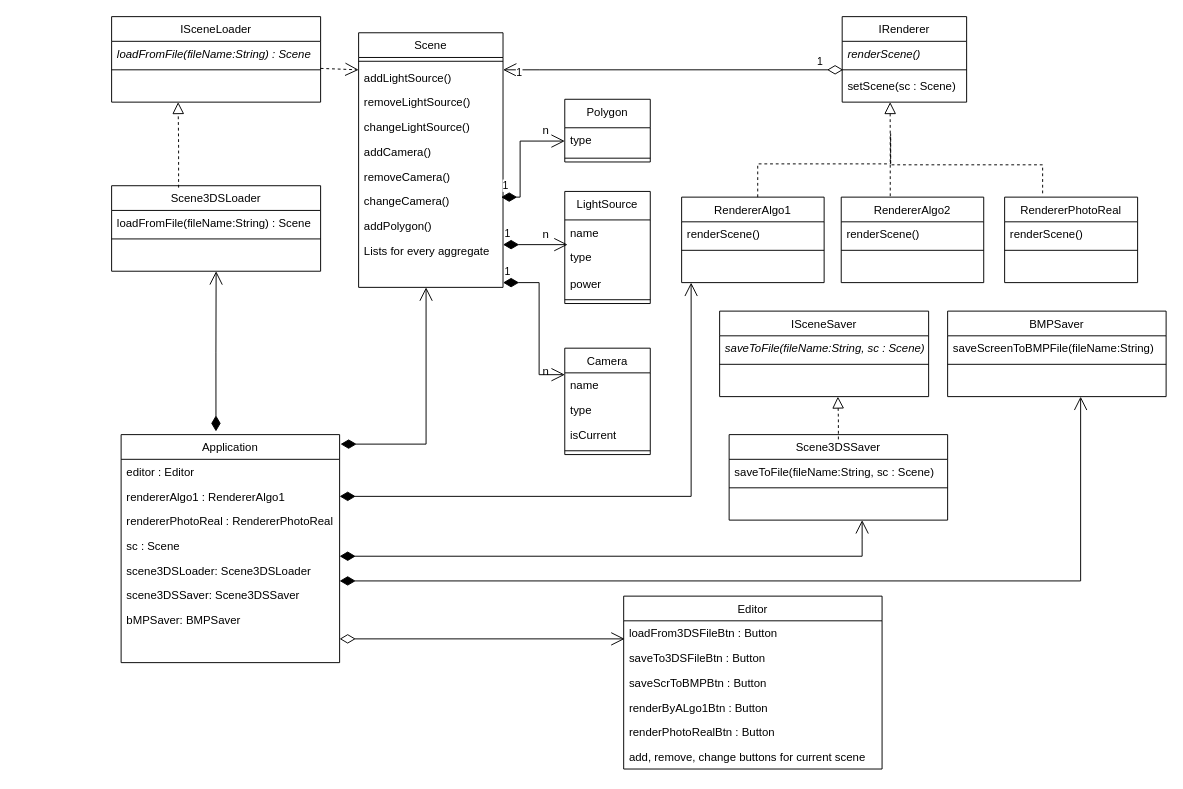
The draw.io diagram Classes (16) (43).drawio in theotheo46/gb, before the edit. Source tidied: cells renumbered, new cells numbered last; positions are measured from the earlier drawing's top-left corner, leaving out a move shared by most shapes. Both pictures are drawn from the tidied source at 95%, with x=0, y=0 at pixel (111, 16).
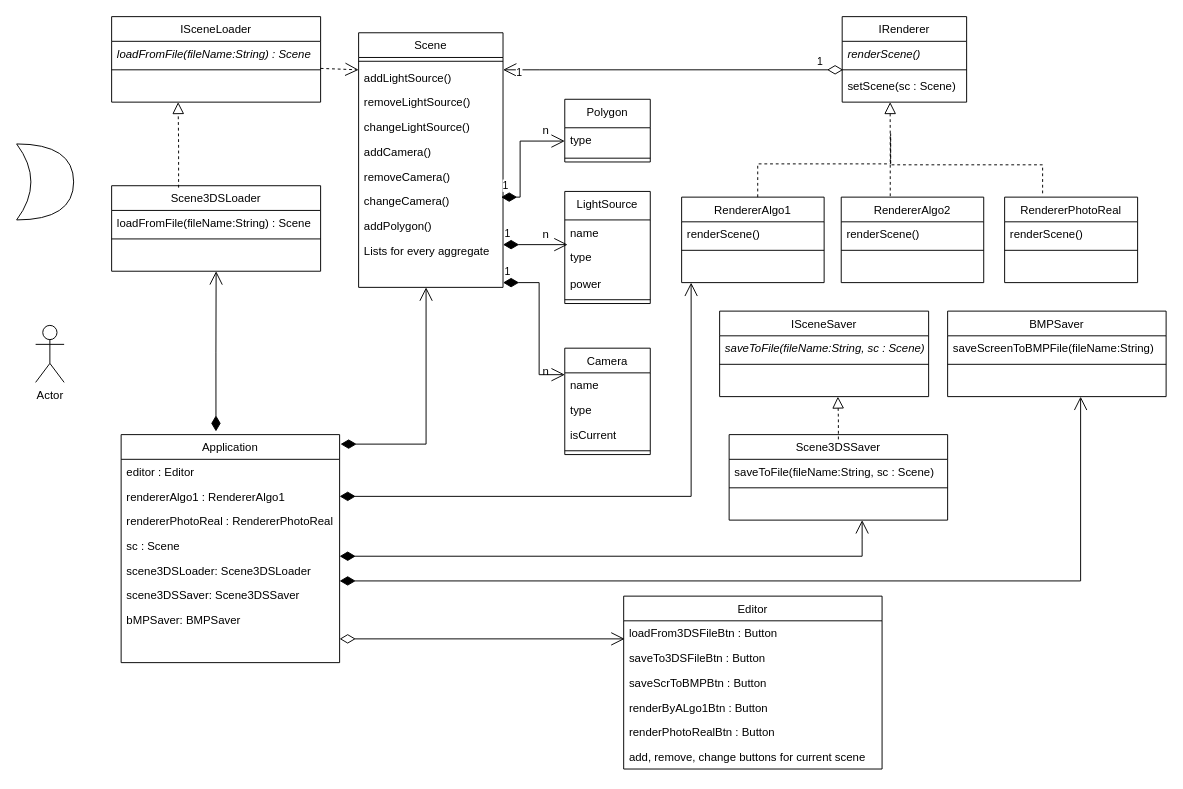
Above is the later version.

Commit message:
commint from IDEA

Change to the diagram source:
```diff
@@
+    <mxCell id="88" value="Actor" style="shape=umlActor;verticalLabelPosition=bottom;verticalAlign=top;html=1;" parent="1" vertex="1">
+      <mxGeometry x="-80" y="325" width="30" height="60" as="geometry" />
+    </mxCell>
+    <mxCell id="89" style="shape=xor;whiteSpace=wrap;html=1;" parent="1" vertex="1">
+      <mxGeometry x="-100" y="134" width="60" height="80" as="geometry" />
+    </mxCell>
```
